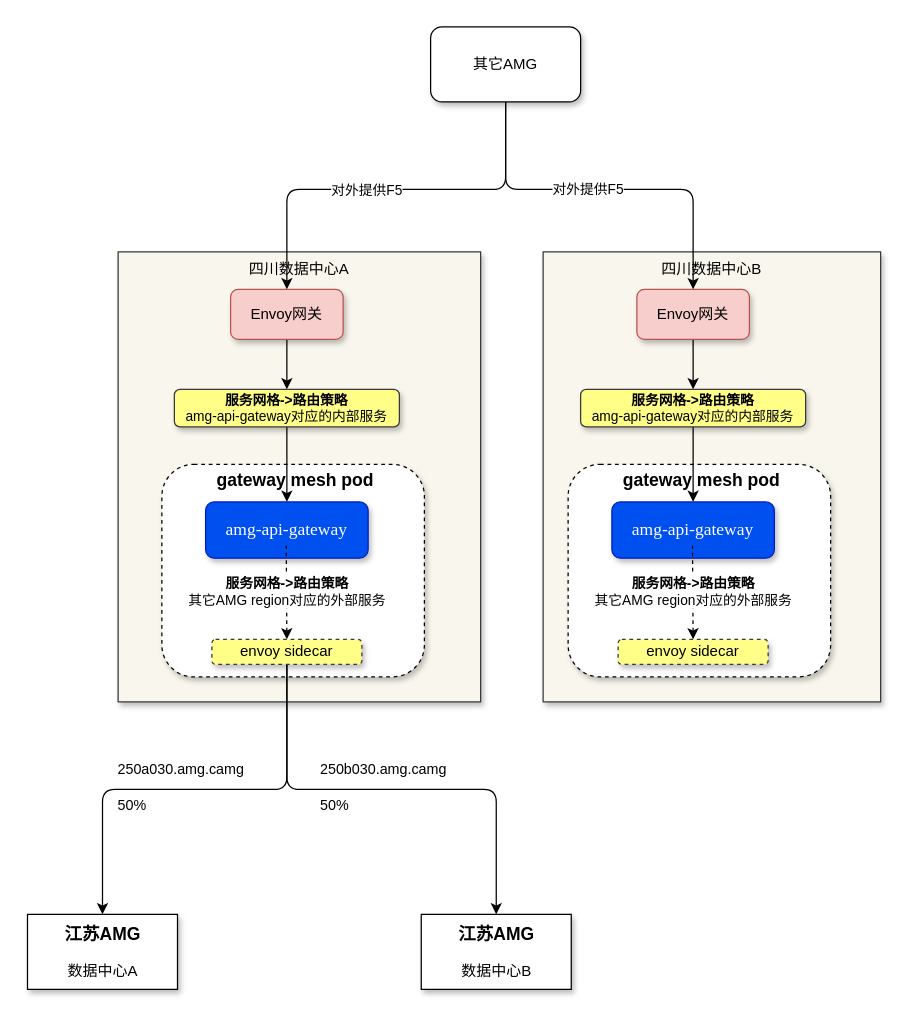
The draw.io diagram page "CMG-AMG交互流程" (5 of 9) of 智慧中台AMG.drawio in qymmdj/draw-io, before the edit. Source tidied: cells renumbered, new cells numbered last; positions are measured from the earlier drawing's top-left corner, leaving out a move shared by most shapes. Both pictures are drawn from the tidied source at 125%, with x=0, y=0 at pixel (28, 26).
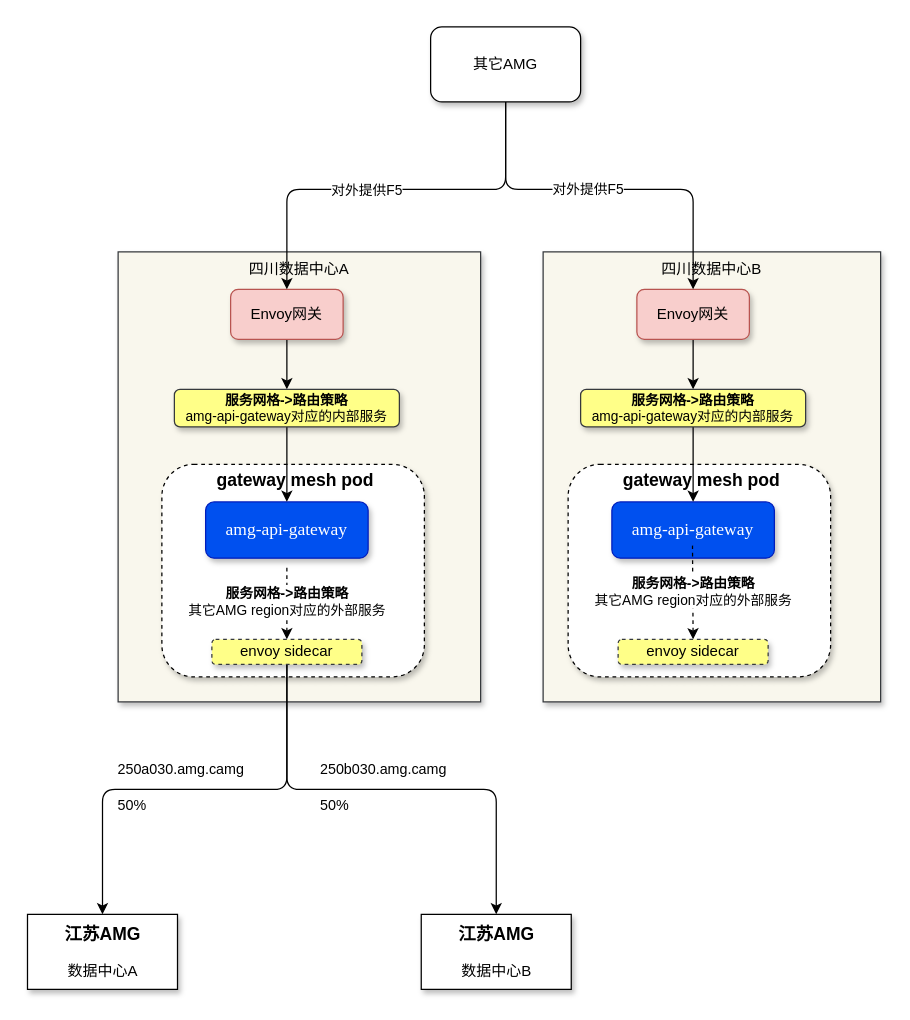
After the change.

Diff of the diagram source:
```diff
@@
-    <mxCell id="8" value="&lt;div&gt;&lt;/div&gt;&lt;b&gt;&lt;span style=&quot;font-size: 11px&quot;&gt;服务网格-&amp;gt;&lt;/span&gt;路由策略&lt;/b&gt;&lt;span style=&quot;font-size: 11px&quot;&gt;&lt;br&gt;&lt;/span&gt;&lt;div&gt;&lt;span style=&quot;font-size: 11px&quot;&gt;其它AMG region对应的外部服务&lt;/span&gt;&lt;/div&gt;" style="endArrow=none;startArrow=classic;html=1;entryX=0.5;entryY=1;entryDx=0;entryDy=0;endFill=0;dashed=1;" parent="1" edge="1">
+    <mxCell id="8" value="&lt;div&gt;&lt;/div&gt;&lt;b&gt;&lt;span style=&quot;font-size: 11px&quot;&gt;服务网格-&amp;gt;&lt;/span&gt;路由策略&lt;/b&gt;&lt;span style=&quot;font-size: 11px&quot;&gt;&lt;br&gt;&lt;/span&gt;&lt;div&gt;&lt;span style=&quot;font-size: 11px&quot;&gt;其它AMG region对应的外部服务&lt;/span&gt;&lt;/div&gt;" style="endArrow=none;startArrow=classic;html=1;endFill=0;dashed=1;" parent="1" edge="1">
       <mxGeometry relative="1" as="geometry">
         <mxPoint x="207" y="490" as="sourcePoint" />
-        <mxPoint x="206.5" y="415" as="targetPoint" />
+        <mxPoint x="207" y="430" as="targetPoint" />
       </mxGeometry>
     </mxCell>
```
